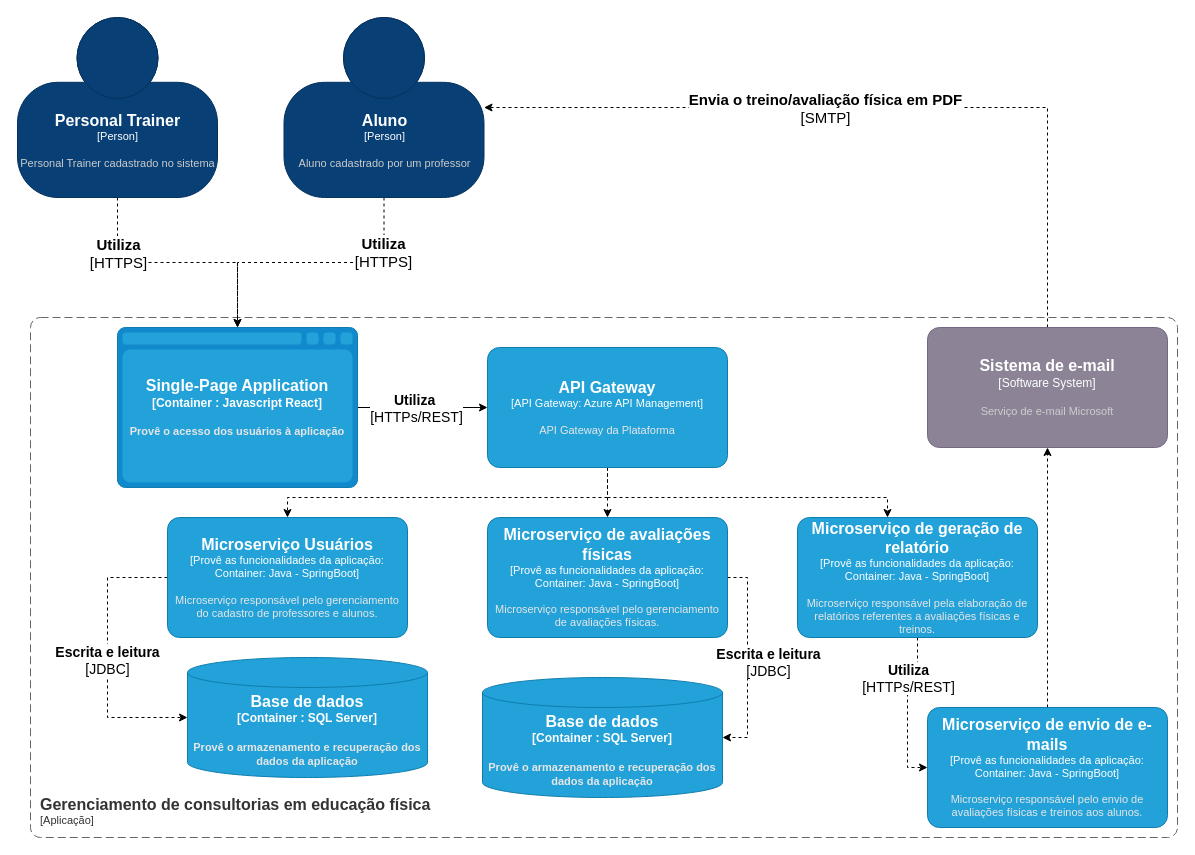
The draw.io diagram page "Container" (2 of 3) of docs/diagramas.drawio in carloshsjbv/pucminas, before the edit. Source tidied: cells renumbered, new cells numbered last; positions are measured from the earlier drawing's top-left corner, leaving out a move shared by most shapes. Both pictures are drawn from the tidied source at 100%, with x=0, y=0 at pixel (17, 17).
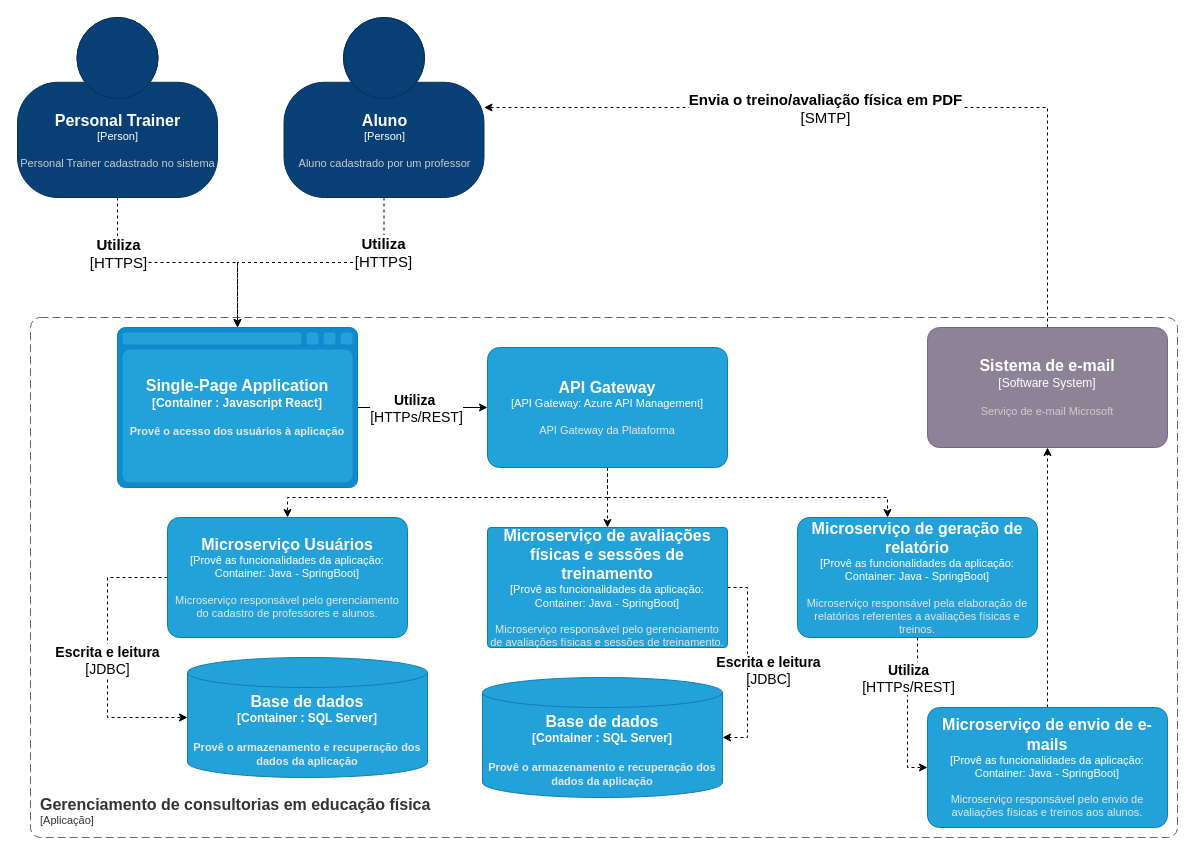
The same page after the edit.

Commit message:
Criando diagrama de componentes - WIP

The edit, as a diff of the source:
```diff
@@
-    <object id="19" label="&lt;font style=&quot;font-size: 16px&quot;&gt;&lt;b&gt;%c4Name%&lt;/b&gt;&lt;/font&gt;&lt;div&gt;[%c4Type%: %c4Technology%]&lt;/div&gt;&lt;br&gt;&lt;div&gt;&lt;font style=&quot;font-size: 11px&quot;&gt;&lt;font color=&quot;#E6E6E6&quot;&gt;%c4Description%&lt;/font&gt;&lt;/div&gt;" c4Description="Microserviço responsável pelo gerenciamento de avaliações físicas." c4Name="Microserviço de avaliações físicas" c4Technology="Container: Java - SpringBoot" c4Type="Provê as funcionalidades da aplicação" placeholders="1">
-      <mxCell style="rounded=1;whiteSpace=wrap;html=1;fontSize=11;labelBackgroundColor=none;fillColor=#23A2D9;fontColor=#ffffff;align=center;arcSize=10;strokeColor=#0E7DAD;points=[[0.25,0,0],[0.5,0,0],[0.75,0,0],[1,0.25,0],[1,0.5,0],[1,0.75,0],[0.75,1,0],[0.5,1,0],[0.25,1,0],[0,0.75,0],[0,0.5,0],[0,0.25,0]];" parent="1" vertex="1">
-        <mxGeometry x="470" y="500" width="240" height="120" as="geometry" />
+    <object id="19" label="&lt;font style=&quot;font-size: 16px&quot;&gt;&lt;b&gt;%c4Name%&lt;/b&gt;&lt;/font&gt;&lt;div&gt;[%c4Type%: %c4Technology%]&lt;/div&gt;&lt;br&gt;&lt;div&gt;&lt;font style=&quot;font-size: 11px&quot;&gt;&lt;font color=&quot;#E6E6E6&quot;&gt;%c4Description%&lt;/font&gt;&lt;/div&gt;" c4Description="Microserviço responsável pelo gerenciamento de avaliações físicas e sessões de treinamento." c4Name="Microserviço de avaliações físicas e sessões de treinamento" c4Technology="Container: Java - SpringBoot" c4Type="Provê as funcionalidades da aplicação" placeholders="1">
+      <mxCell style="rounded=1;whiteSpace=wrap;html=1;fontSize=11;labelBackgroundColor=none;fillColor=#23A2D9;fontColor=#ffffff;align=center;arcSize=3;strokeColor=#0E7DAD;points=[[0.25,0,0],[0.5,0,0],[0.75,0,0],[1,0.25,0],[1,0.5,0],[1,0.75,0],[0.75,1,0],[0.5,1,0],[0.25,1,0],[0,0.75,0],[0,0.5,0],[0,0.25,0]];" parent="1" vertex="1">
+        <mxGeometry x="470" y="510" width="240" height="120" as="geometry" />
       </mxCell>
     </object>
```
